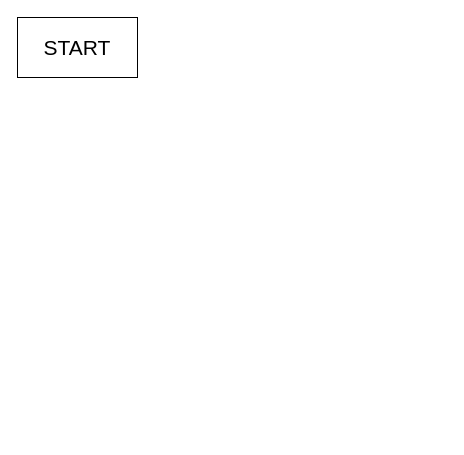
kansai-gamer/todays-code keeps this draw.io diagram as Untitled Diagram.drawio. Above is the earlier version. Source tidied: cells renumbered, new cells numbered last; positions are measured from the earlier drawing's top-left corner, leaving out a move shared by most shapes. Both pictures are drawn from the tidied source at 100%, with x=0, y=0 at pixel (17, 17).
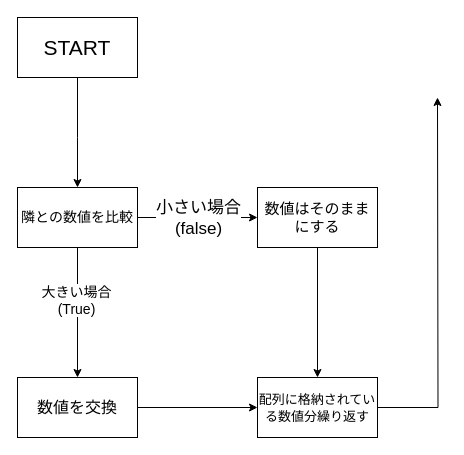
The same diagram, later.

Diff of the diagram source:
```diff
@@
 <mxGraphModel>
   <root>
     <mxCell id="0" />
     <mxCell id="1" parent="0" />
+    <mxCell id="3" style="edgeStyle=orthogonalEdgeStyle;rounded=0;jettySize=auto;html=1;exitX=0.5;exitY=1;exitDx=0;exitDy=0;entryX=0.5;entryY=0;entryDx=0;entryDy=0;" parent="1" edge="1" source="2" target="8">
+      <mxGeometry relative="1" as="geometry">
+        <Array as="points">
+          <mxPoint x="60" y="120" />
+          <mxPoint x="60" y="120" />
+        </Array>
+      </mxGeometry>
+    </mxCell>
     <mxCell id="2" value="&lt;div style=&quot;font-size: 21px&quot;&gt;START&lt;/div&gt;" style="rounded=0;whiteSpace=wrap;html=1;" parent="1" vertex="1">
       <mxGeometry width="120" height="60" as="geometry" />
     </mxCell>
+    <mxCell id="4" style="edgeStyle=orthogonalEdgeStyle;rounded=0;jettySize=auto;html=1;fontSize=14;entryX=0.5;entryY=0;entryDx=0;entryDy=0;" parent="1" edge="1" source="8" target="10">
+      <mxGeometry relative="1" as="geometry" />
+    </mxCell>
+    <mxCell id="5" value="&lt;div&gt;大きい場合&lt;/div&gt;&lt;div&gt;(True)&lt;br&gt;&lt;/div&gt;" style="edgeLabel;html=1;align=center;verticalAlign=middle;fontSize=14;" parent="4" vertex="1">
+      <mxGeometry x="-0.2" y="-2" relative="1" as="geometry" />
+    </mxCell>
+    <mxCell id="6" style="edgeStyle=orthogonalEdgeStyle;rounded=0;jettySize=auto;html=1;entryX=0;entryY=0.5;entryDx=0;entryDy=0;fontSize=14;" parent="1" edge="1" source="8" target="12">
+      <mxGeometry relative="1" as="geometry" />
+    </mxCell>
+    <mxCell id="7" value="&lt;div&gt;&lt;font style=&quot;font-size: 17px&quot;&gt;小さい場合&lt;/font&gt;&lt;/div&gt;&lt;div&gt;&lt;font style=&quot;font-size: 17px&quot;&gt;(false)&lt;br&gt;&lt;/font&gt;&lt;/div&gt;" style="edgeLabel;html=1;align=center;verticalAlign=middle;fontSize=14;" parent="6" vertex="1">
+      <mxGeometry x="-0.25" y="-3" relative="1" as="geometry">
+        <mxPoint x="15" y="-3" as="offset" />
+      </mxGeometry>
+    </mxCell>
+    <mxCell id="8" value="隣との数値を比較" style="rounded=0;whiteSpace=wrap;html=1;fontSize=14;" parent="1" vertex="1">
+      <mxGeometry y="170" width="120" height="60" as="geometry" />
+    </mxCell>
+    <mxCell id="9" style="edgeStyle=orthogonalEdgeStyle;rounded=0;jettySize=auto;html=1;entryX=0;entryY=0.5;entryDx=0;entryDy=0;fontSize=14;" parent="1" edge="1" source="10" target="14">
+      <mxGeometry relative="1" as="geometry" />
+    </mxCell>
+    <mxCell id="10" value="&lt;font style=&quot;font-size: 16px&quot;&gt;数値を交換&lt;/font&gt;" style="rounded=0;whiteSpace=wrap;html=1;fontSize=14;" parent="1" vertex="1">
+      <mxGeometry y="360" width="120" height="60" as="geometry" />
+    </mxCell>
+    <mxCell id="11" style="edgeStyle=orthogonalEdgeStyle;rounded=0;jettySize=auto;html=1;entryX=0.5;entryY=0;entryDx=0;entryDy=0;fontSize=14;" parent="1" edge="1" source="12" target="14">
+      <mxGeometry relative="1" as="geometry" />
+    </mxCell>
+    <mxCell id="12" value="&lt;font style=&quot;font-size: 15px&quot;&gt;数値はそのままにする&lt;/font&gt;" style="rounded=0;whiteSpace=wrap;html=1;fontSize=14;" parent="1" vertex="1">
+      <mxGeometry x="240" y="170" width="120" height="60" as="geometry" />
+    </mxCell>
+    <mxCell id="13" style="edgeStyle=orthogonalEdgeStyle;rounded=0;jettySize=auto;html=1;fontSize=14;" parent="1" edge="1" source="14">
+      <mxGeometry relative="1" as="geometry">
+        <mxPoint x="420" y="80" as="targetPoint" />
+      </mxGeometry>
+    </mxCell>
+    <mxCell id="14" value="&lt;font style=&quot;font-size: 13px&quot;&gt;配列に格納されている数値分繰り返す&lt;/font&gt;" style="rounded=0;whiteSpace=wrap;html=1;fontSize=14;" parent="1" vertex="1">
+      <mxGeometry x="240" y="360" width="120" height="60" as="geometry" />
+    </mxCell>
   </root>
 </mxGraphModel>
```
